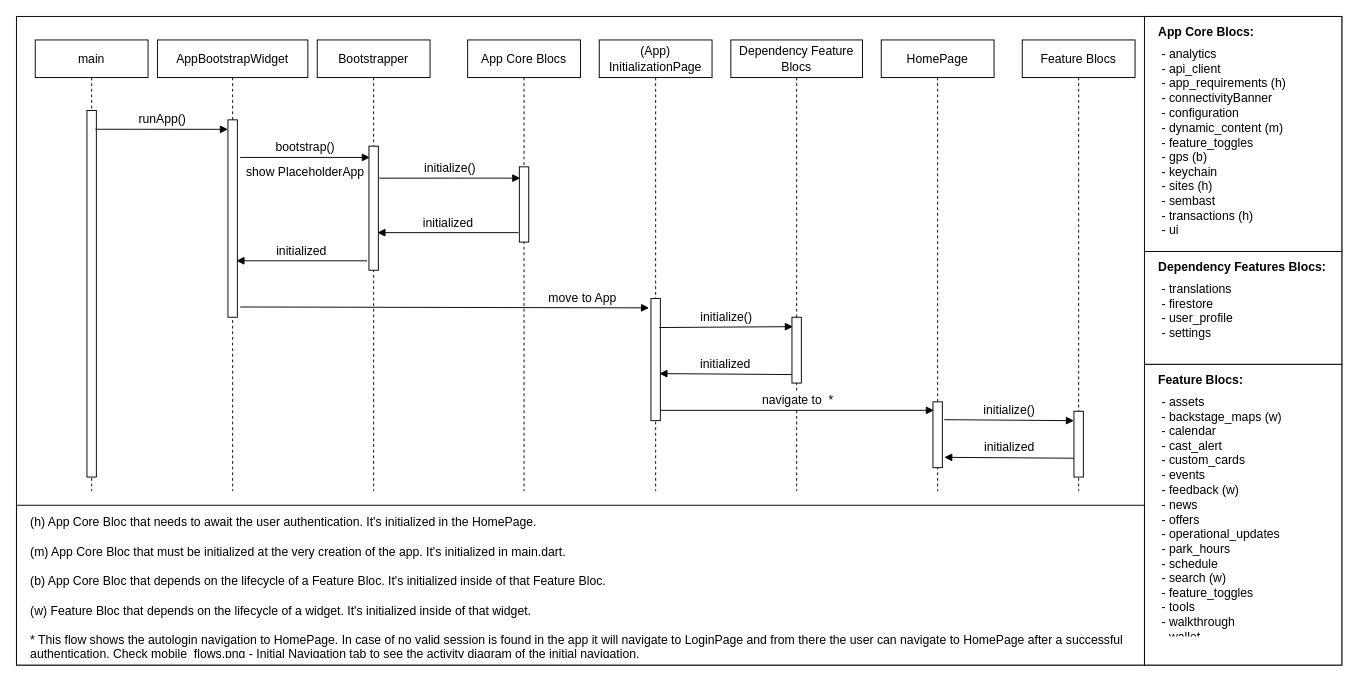
The draw.io diagram page "Initialization" (1 of 3) of diagrams/app_flows.drawio in xrax/diagrams_actions, before the edit. Source tidied: cells renumbered, new cells numbered last; positions are measured from the earlier drawing's top-left corner, leaving out a move shared by most shapes. Both pictures are drawn from the tidied source at 94%, with x=0, y=0 at pixel (16, 16).
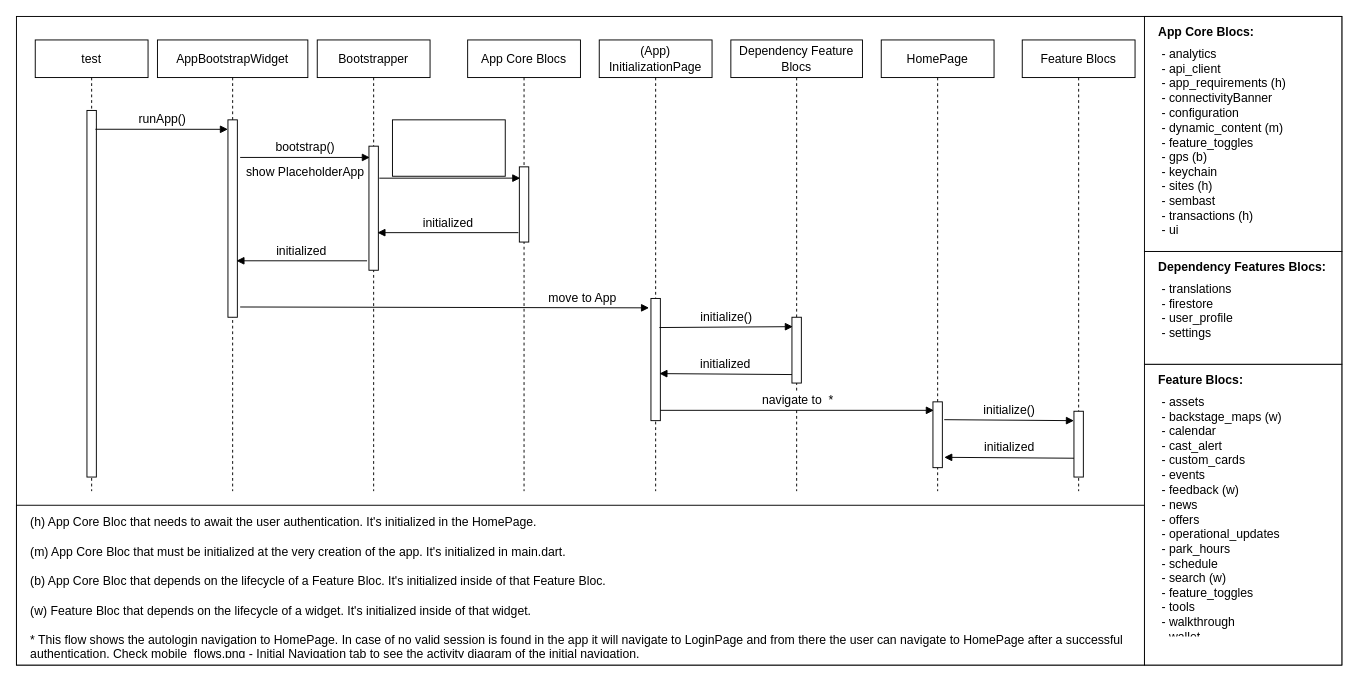
The same diagram, later.

Change to the diagram source:
```diff
@@
-    <mxCell id="7" value="main" style="shape=umlLifeline;perimeter=lifelinePerimeter;whiteSpace=wrap;html=1;fontSize=13;" parent="1" vertex="1">
+    <mxCell id="7" value="test" style="shape=umlLifeline;perimeter=lifelinePerimeter;whiteSpace=wrap;html=1;fontSize=13;" parent="1" vertex="1">
       <mxGeometry x="20" y="25" width="120" height="480" as="geometry" />
     </mxCell>
@@
+    <mxCell id="39" style="whiteSpace=wrap;html=1;" parent="1" vertex="1">
+      <mxGeometry x="400" y="110" width="120" height="60" as="geometry" />
+    </mxCell>
```
